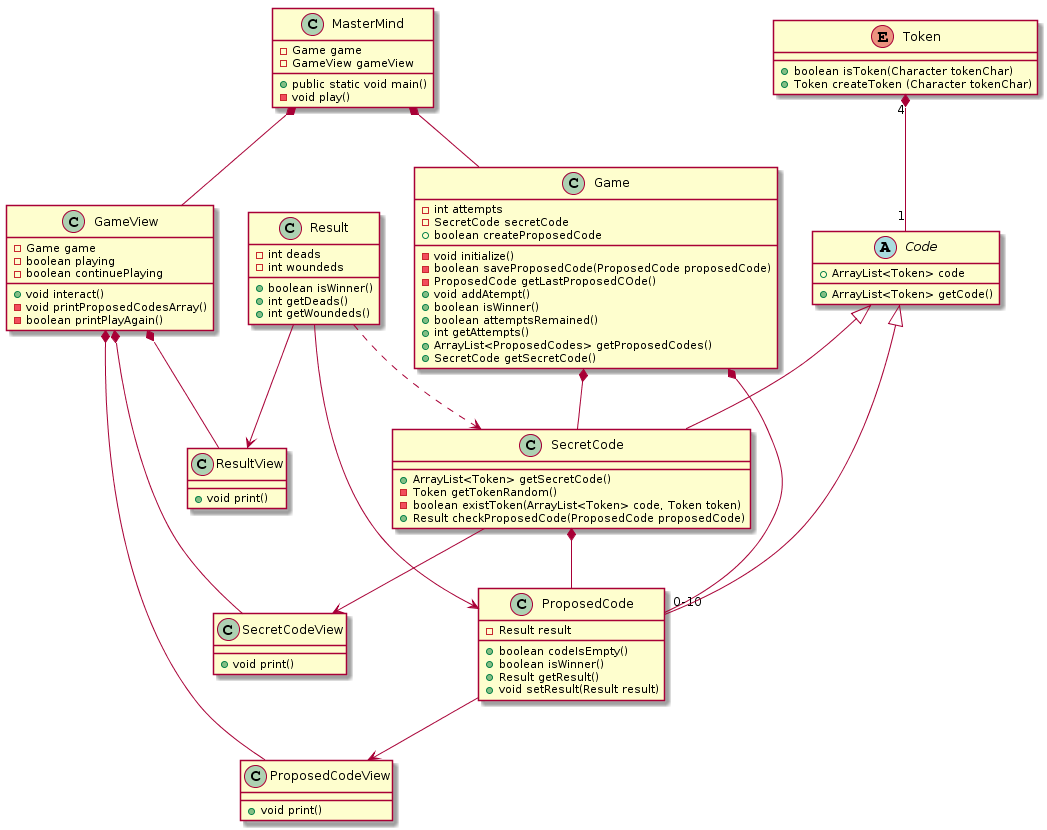
Before: UML-v3.png, a diagram exported from PlantUML (JesusGarce/MasterMind_IGVW).
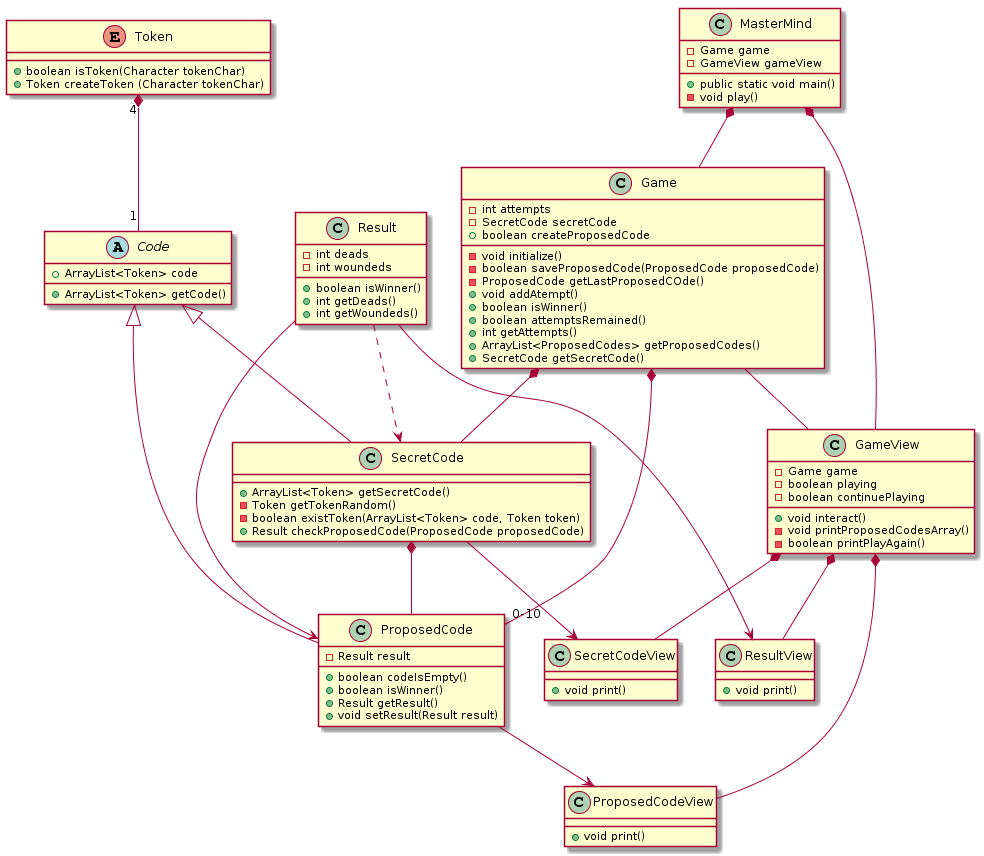
The same diagram one commit later.

Commit message:
Refactoring, cambio del UML

The edit, as a diff of the source:
```diff
@@ -76,6 +76,7 @@
 }
 
 
+Game -- GameView
 
 SecretCode *-- ProposedCode
 
```
